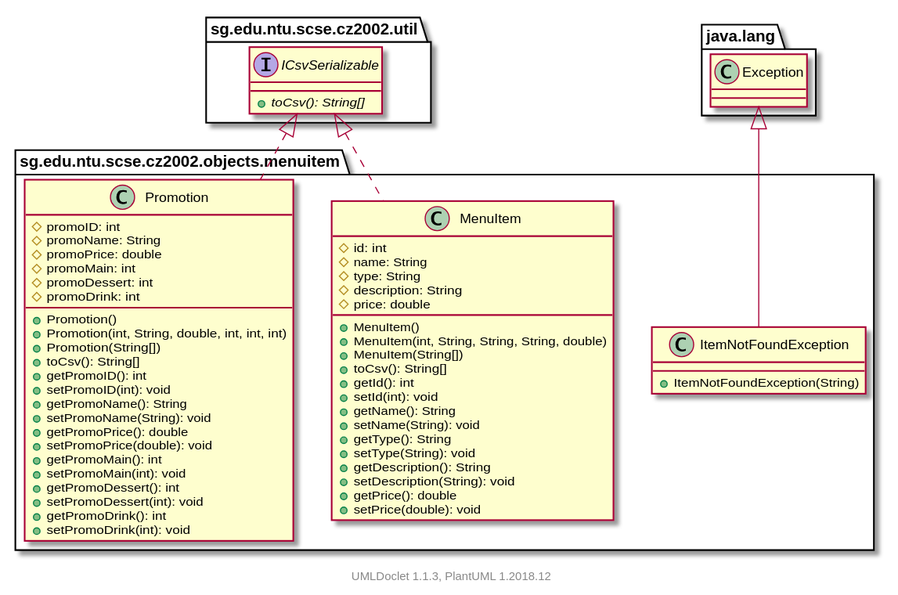
This is projects/oodp/html/umlversion/uml/sg.edu.ntu.scse.cz2002.objects.menuitem.package.svg from itachi1706/How-to-use-Git-NTUSCSE1819-Site, a PlantUML export, as it was before one commit. The source it was exported from:
```plantuml
@startuml

    namespace sg.edu.ntu.scse.cz2002.objects.menuitem {

        class MenuItem {
            #id: int
            #name: String
            #type: String
            #description: String
            #price: double
            +MenuItem()
            +MenuItem(int, String, String, String, double)
            +MenuItem(String[])
            +toCsv(): String[]
            +getId(): int
            +setId(int): void
            +getName(): String
            +setName(String): void
            +getType(): String
            +setType(String): void
            +getDescription(): String
            +setDescription(String): void
            +getPrice(): double
            +setPrice(double): void
        }

        class ItemNotFoundException {
            +ItemNotFoundException(String)
        }

        class Promotion {
            #promoID: int
            #promoName: String
            #promoPrice: double
            #promoMain: int
            #promoDessert: int
            #promoDrink: int
            +Promotion()
            +Promotion(int, String, double, int, int, int)
            +Promotion(String[])
            +toCsv(): String[]
            +getPromoID(): int
            +setPromoID(int): void
            +getPromoName(): String
            +setPromoName(String): void
            +getPromoPrice(): double
            +setPromoPrice(double): void
            +getPromoMain(): int
            +setPromoMain(int): void
            +getPromoDessert(): int
            +setPromoDessert(int): void
            +getPromoDrink(): int
            +setPromoDrink(int): void
        }

        interface sg.edu.ntu.scse.cz2002.util.ICsvSerializable {
            {abstract} +toCsv(): String[]
        }
        sg.edu.ntu.scse.cz2002.util.ICsvSerializable <|.. MenuItem

        class java.lang.Exception
        java.lang.Exception <|-- ItemNotFoundException

        sg.edu.ntu.scse.cz2002.util.ICsvSerializable <|.. Promotion

    }


    center footer UMLDoclet 1.1.3, PlantUML 1.2018.12
@enduml
```
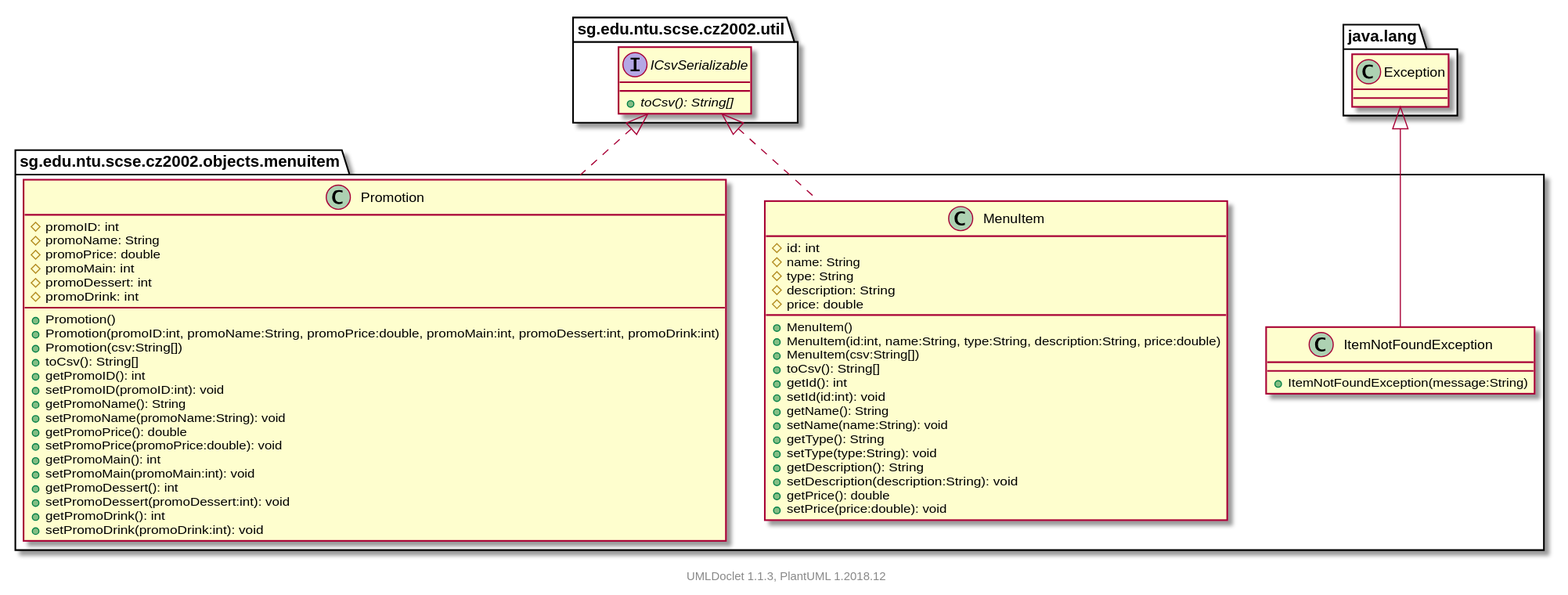
After the change.

The edit, as a diff of the source:
```diff
@@ -2,33 +2,33 @@
 
     namespace sg.edu.ntu.scse.cz2002.objects.menuitem {
 
-        class MenuItem {
+        class MenuItem [[../sg/edu/ntu/scse/cz2002/objects/menuitem/MenuItem.html]] {
             #id: int
             #name: String
             #type: String
             #description: String
             #price: double
             +MenuItem()
-            +MenuItem(int, String, String, String, double)
-            +MenuItem(String[])
+            +MenuItem(id:int, name:String, type:String, description:String, price:double)
+            +MenuItem(csv:String[])
             +toCsv(): String[]
             +getId(): int
-            +setId(int): void
+            +setId(id:int): void
             +getName(): String
-            +setName(String): void
+            +setName(name:String): void
             +getType(): String
-            +setType(String): void
+            +setType(type:String): void
             +getDescription(): String
-            +setDescription(String): void
+            +setDescription(description:String): void
             +getPrice(): double
-            +setPrice(double): void
+            +setPrice(price:double): void
         }
 
-        class ItemNotFoundException {
-            +ItemNotFoundException(String)
+        class ItemNotFoundException [[../sg/edu/ntu/scse/cz2002/objects/menuitem/ItemNotFoundException.html]] {
+            +ItemNotFoundException(message:String)
         }
 
-        class Promotion {
+        class Promotion [[../sg/edu/ntu/scse/cz2002/objects/menuitem/Promotion.html]] {
             #promoID: int
             #promoName: String
             #promoPrice: double
@@ -36,21 +36,21 @@
             #promoDessert: int
             #promoDrink: int
             +Promotion()
-            +Promotion(int, String, double, int, int, int)
-            +Promotion(String[])
+            +Promotion(promoID:int, promoName:String, promoPrice:double, promoMain:int, promoDessert:int, promoDrink:int)
+            +Promotion(csv:String[])
             +toCsv(): String[]
             +getPromoID(): int
-            +setPromoID(int): void
+            +setPromoID(promoID:int): void
             +getPromoName(): String
-            +setPromoName(String): void
+            +setPromoName(promoName:String): void
             +getPromoPrice(): double
-            +setPromoPrice(double): void
+            +setPromoPrice(promoPrice:double): void
             +getPromoMain(): int
-            +setPromoMain(int): void
+            +setPromoMain(promoMain:int): void
             +getPromoDessert(): int
-            +setPromoDessert(int): void
+            +setPromoDessert(promoDessert:int): void
             +getPromoDrink(): int
-            +setPromoDrink(int): void
+            +setPromoDrink(promoDrink:int): void
         }
 
         interface sg.edu.ntu.scse.cz2002.util.ICsvSerializable {
```
